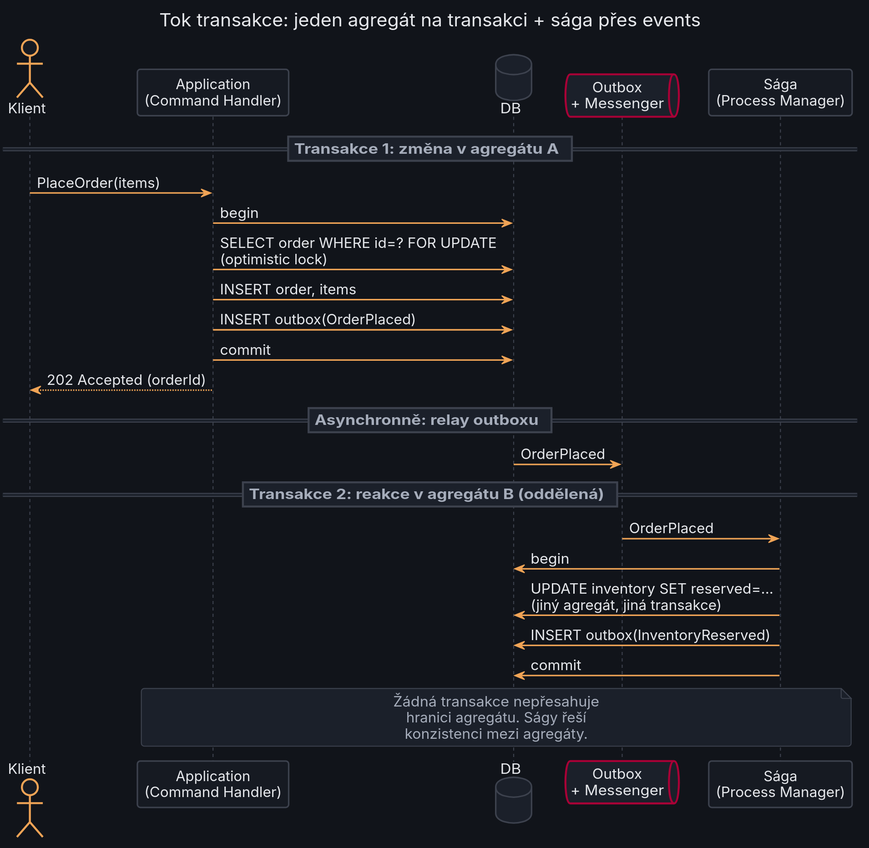
The PlantUML diagram public/images/diagrams/21_aggregate_design/transaction_flow.svg in MichalKatuscak/ddd-v-symfony, before a commit.
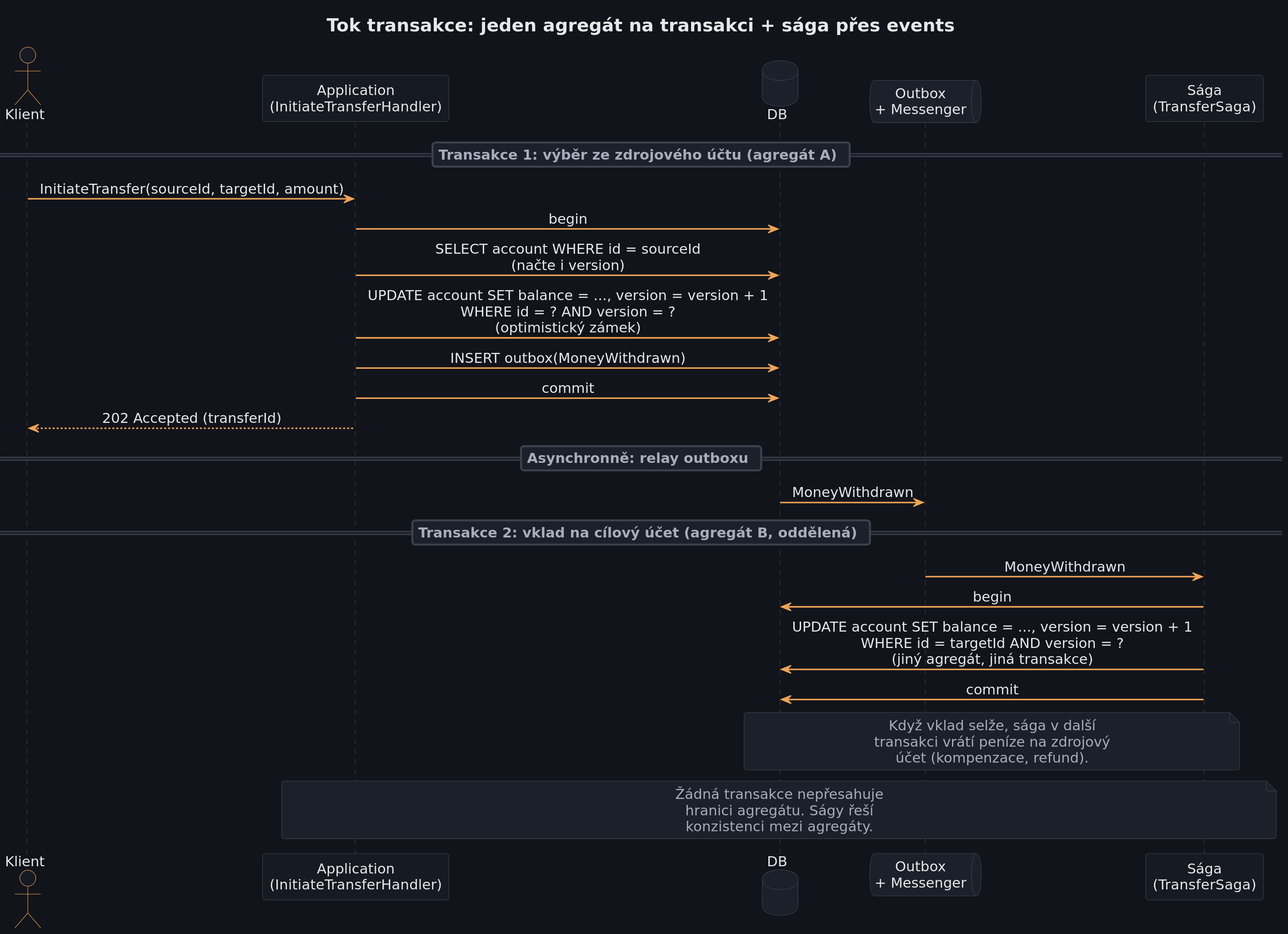
Above is the later version.

Diff of the diagram source:
```diff
@@ -1,215 +1,41 @@
-@startuml transaction_flow
-skinparam dpi 150
-skinparam backgroundColor #11141A
-skinparam shadowing false
-skinparam roundCorner 6
-
-skinparam defaultFontName "DejaVu Sans"
-skinparam defaultFontSize 14
-skinparam defaultFontColor #E6E8EC
-skinparam defaultTextAlignment center
-
-
-skinparam ArrowColor #F0A456
-skinparam ArrowFontColor #E6E8EC
-skinparam ArrowThickness 1.5
-
-skinparam node {
-  BackgroundColor #161A22
-  BorderColor #3D424E
-  FontColor #E6E8EC
-}
-
-skinparam component {
-  BackgroundColor #161A22
-  BorderColor #3D424E
-  FontColor #E6E8EC
-}
-
-skinparam rectangle {
-  BackgroundColor #161A22
-  BorderColor #3D424E
-  FontColor #E6E8EC
-}
-
-skinparam package {
-  BackgroundColor #11141A
-  BorderColor #F0A456
-  FontColor #F0A456
-}
-
-skinparam folder {
-  BackgroundColor #161A22
-  BorderColor #3D424E
-  FontColor #E6E8EC
-}
-
-skinparam frame {
-  BackgroundColor #161A22
-  BorderColor #3D424E
-  FontColor #E6E8EC
-}
-
-skinparam database {
-  BackgroundColor #1B202A
-  BorderColor #3D424E
-  FontColor #E6E8EC
-}
-
-skinparam queue {
-  BackgroundColor #1B202A
-  BorderColor #3D424E
-  FontColor #E6E8EC
-}
-
-skinparam cloud {
-  BackgroundColor #1B202A
-  BorderColor #3D424E
-  FontColor #E6E8EC
-}
-
-skinparam actor {
-  BackgroundColor #161A22
-  BorderColor #F0A456
-  FontColor #E6E8EC
-}
-
-skinparam usecase {
-  BackgroundColor #161A22
-  BorderColor #3D424E
-  FontColor #E6E8EC
-}
-
-skinparam class {
-  BackgroundColor #161A22
-  BorderColor #3D424E
-  HeaderBackgroundColor #1B202A
-  ArrowColor #F0A456
-  FontColor #E6E8EC
-  AttributeFontColor #A6ADBB
-  StereotypeFontColor #F0A456
-}
-
-skinparam object {
-  BackgroundColor #161A22
-  BorderColor #3D424E
-  FontColor #E6E8EC
-}
-
-skinparam sequence {
-  ParticipantBackgroundColor #161A22
-  ParticipantBorderColor #3D424E
-  ParticipantFontColor #E6E8EC
-  ActorBackgroundColor #161A22
-  ActorBorderColor #F0A456
-  ActorFontColor #E6E8EC
-  LifeLineBorderColor #3D424E
-  LifeLineBackgroundColor #1B202A
-  ArrowColor #F0A456
-  ArrowFontColor #E6E8EC
-  GroupBackgroundColor #1B202A
-  GroupBorderColor #3D424E
-  GroupFontColor #A6ADBB
-  GroupHeaderFontColor #F0A456
-  BoxBackgroundColor #11141A
-  BoxBorderColor #F0A456
-  BoxFontColor #F0A456
-  DividerBackgroundColor #1B202A
-  DividerBorderColor #3D424E
-  DividerFontColor #A6ADBB
-  ReferenceBackgroundColor #161A22
-  ReferenceBorderColor #3D424E
-  ReferenceFontColor #E6E8EC
-  ReferenceHeaderBackgroundColor #1B202A
-  StereotypeFontColor #F0A456
-}
-
-skinparam state {
-  BackgroundColor #161A22
-  BorderColor #3D424E
-  FontColor #E6E8EC
-  StartColor #F0A456
-  EndColor #F0A456
-  ArrowColor #F0A456
-  AttributeFontColor #A6ADBB
-}
-
-skinparam activity {
-  BackgroundColor #161A22
-  BorderColor #3D424E
-  FontColor #E6E8EC
-  ArrowColor #F0A456
-  StartColor #F0A456
-  EndColor #F0A456
-  BarColor #F0A456
-  DiamondBackgroundColor #1B202A
-  DiamondBorderColor #3D424E
-  DiamondFontColor #E6E8EC
-}
-
-skinparam note {
-  BackgroundColor #1B202A
-  BorderColor #3D424E
-  FontColor #A6ADBB
-}
-
-skinparam title {
-  FontColor #E6E8EC
-  FontSize 18
-}
-
-skinparam legend {
-  BackgroundColor #161A22
-  BorderColor #3D424E
-  FontColor #A6ADBB
-}
-
-skinparam caption {
-  FontColor #A6ADBB
-}
-
-skinparam stereotype {
-  CBackgroundColor #1B202A
-  CBorderColor #F0A456
-  ABackgroundColor #1B202A
-  ABorderColor #F0A456
-  IBackgroundColor #1B202A
-  IBorderColor #F0A456
-  EBackgroundColor #1B202A
-  EBorderColor #F0A456
-}
+@startuml
+!include ../theme.iuml
 
 title Tok transakce: jeden agregát na transakci + sága přes events
 
 actor "Klient" as user
-participant "Application\n(Command Handler)" as app
+participant "Application\n(InitiateTransferHandler)" as app
 database "DB" as db
 queue "Outbox\n+ Messenger" as bus
-participant "Sága\n(Process Manager)" as saga
+participant "Sága\n(TransferSaga)" as saga
 
-== Transakce 1: změna v agregátu A ==
-user -> app : PlaceOrder(items)
+== Transakce 1: výběr ze zdrojového účtu (agregát A) ==
+user -> app : InitiateTransfer(sourceId, targetId, amount)
 app -> db : begin
-app -> db : SELECT order WHERE id=? FOR UPDATE\n(optimistic lock)
-app -> db : INSERT order, items
-app -> db : INSERT outbox(OrderPlaced)
+app -> db : SELECT account WHERE id = sourceId\n(načte i version)
+app -> db : UPDATE account SET balance = ..., version = version + 1\nWHERE id = ? AND version = ?\n(optimistický zámek)
+app -> db : INSERT outbox(MoneyWithdrawn)
 app -> db : commit
-app --> user : 202 Accepted (orderId)
+app --> user : 202 Accepted (transferId)
 
 == Asynchronně: relay outboxu ==
-db -> bus : OrderPlaced
+db -> bus : MoneyWithdrawn
 
-== Transakce 2: reakce v agregátu B (oddělená) ==
-bus -> saga : OrderPlaced
+== Transakce 2: vklad na cílový účet (agregát B, oddělená) ==
+bus -> saga : MoneyWithdrawn
 saga -> db : begin
-saga -> db : UPDATE inventory SET reserved=...\n(jiný agregát, jiná transakce)
-saga -> db : INSERT outbox(InventoryReserved)
+saga -> db : UPDATE account SET balance = ..., version = version + 1\nWHERE id = targetId AND version = ?\n(jiný agregát, jiná transakce)
 saga -> db : commit
+
+note over saga, db
+  Když vklad selže, sága v další
+  transakci vrátí peníze na zdrojový
+  účet (kompenzace, refund).
+end note
 
 note over app, saga
   Žádná transakce nepřesahuje
   hranici agregátu. Ságy řeší
   konzistenci mezi agregáty.
 end note
-
 @enduml
```
